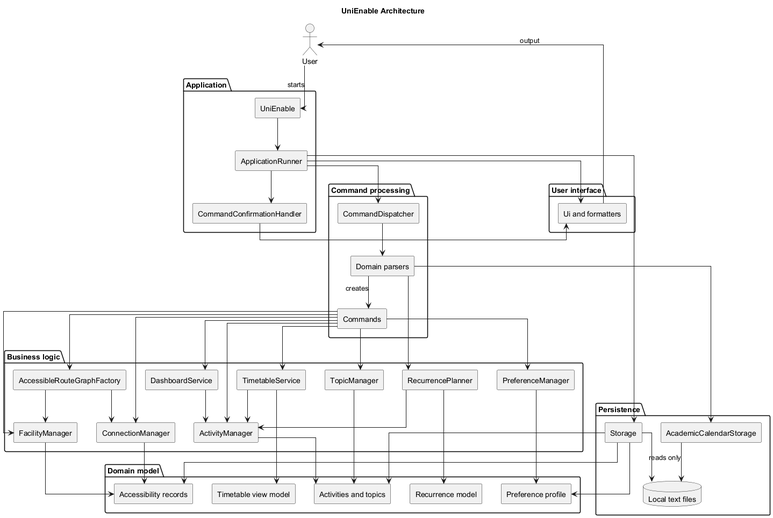
The PlantUML diagram docs/diagrams/architecture/ArchitectureDiagram.png in lukelouyu/SelfTeamProject, before a commit.
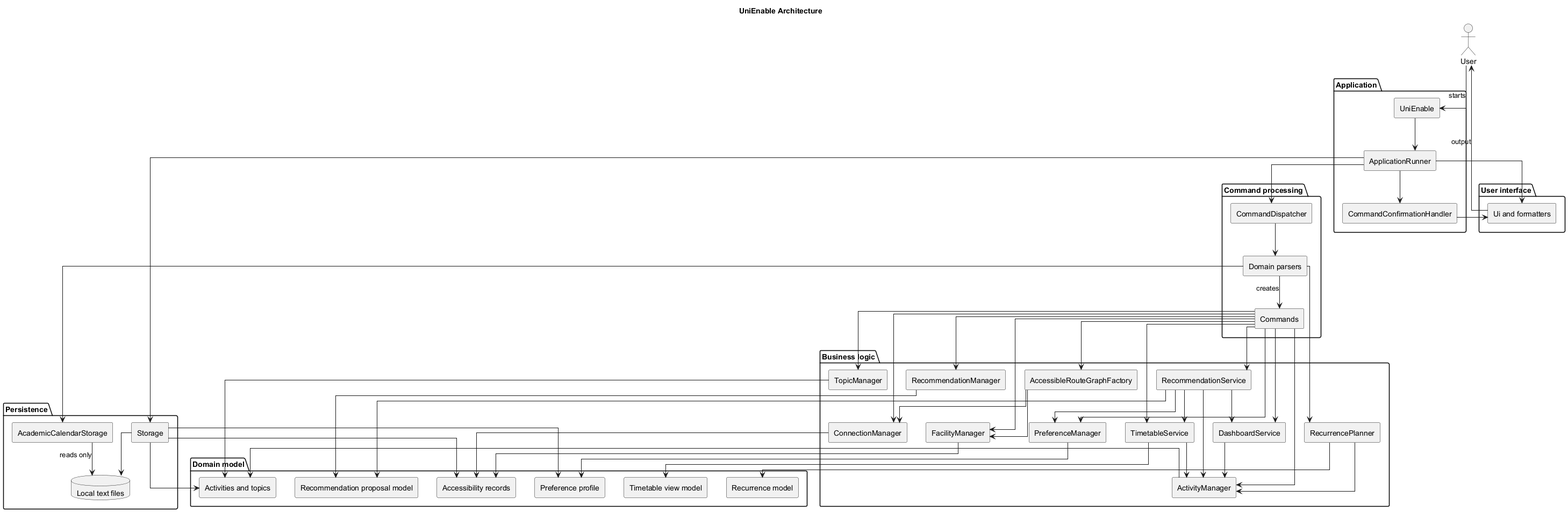
After the commit.

Diff of the diagram source:
```diff
@@ -34,6 +34,8 @@
   [DashboardService] as DashboardLogic
   [TimetableService] as TimetableLogic
   [PreferenceManager] as PreferenceLogic
+  [RecommendationManager] as RecommendState
+  [RecommendationService] as RecommendLogic
 }
 
 package "Domain model" {
@@ -42,6 +44,7 @@
   [Accessibility records] as AccessModel
   [Timetable view model] as TimetableModel
   [Preference profile] as PreferenceModel
+  [Recommendation proposal model] as RecommendModel
 }
 
 package "Persistence" {
@@ -69,9 +72,17 @@
 DashboardLogic --> ActivityLogic
 Commands --> TimetableLogic
 Commands --> PreferenceLogic
+Commands --> RecommendState
+Commands --> RecommendLogic
 TimetableLogic --> ActivityLogic
 TimetableLogic --> TimetableModel
 PreferenceLogic --> PreferenceModel
+RecommendLogic --> ActivityLogic
+RecommendLogic --> PreferenceLogic
+RecommendLogic --> RecommendModel
+RecommendLogic --> TimetableLogic
+RecommendLogic --> DashboardLogic
+RecommendState --> RecommendModel
 Parsers --> RecurLogic
 ActivityLogic --> ActivityModel
 TopicLogic --> ActivityModel
```
